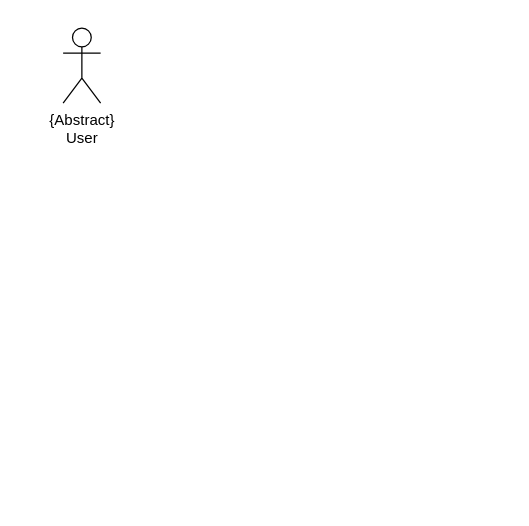
OlayiwolaAnimashaun/sports-web-app keeps this draw.io diagram as UML Diagrams/Timetable/Progress Visualisation System.drawio. Above is the earlier version. Source tidied: cells renumbered, new cells numbered last; positions are measured from the earlier drawing's top-left corner, leaving out a move shared by most shapes. Both pictures are drawn from the tidied source at 125%, with x=0, y=0 at pixel (62, 28).
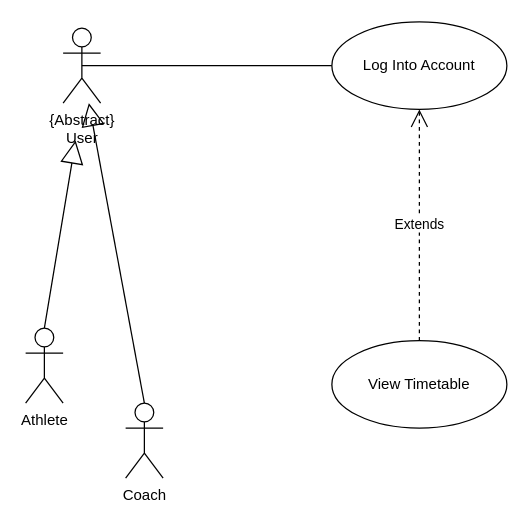
The same page after the edit.

Diff of the diagram source:
```diff
@@
 <mxGraphModel>
   <root>
     <mxCell id="0" />
     <mxCell id="1" parent="0" />
     <mxCell id="2" value="{Abstract}&lt;br&gt;User" style="shape=umlActor;verticalLabelPosition=bottom;labelBackgroundColor=#ffffff;verticalAlign=top;html=1;outlineConnect=0;" parent="1" vertex="1">
       <mxGeometry width="30" height="60" as="geometry" />
     </mxCell>
+    <mxCell id="3" value="Athlete" style="shape=umlActor;verticalLabelPosition=bottom;labelBackgroundColor=#ffffff;verticalAlign=top;html=1;outlineConnect=0;" parent="1" vertex="1">
+      <mxGeometry x="-30" y="240" width="30" height="60" as="geometry" />
+    </mxCell>
+    <mxCell id="4" value="Coach" style="shape=umlActor;verticalLabelPosition=bottom;labelBackgroundColor=#ffffff;verticalAlign=top;html=1;outlineConnect=0;" parent="1" vertex="1">
+      <mxGeometry x="50" y="300" width="30" height="60" as="geometry" />
+    </mxCell>
+    <mxCell id="5" style="endArrow=block;endSize=16;endFill=0;html=1;exitX=0.5;exitY=0;exitDx=0;exitDy=0;exitPerimeter=0;" parent="1" edge="1" source="3">
+      <mxGeometry relative="1" as="geometry">
+        <mxPoint x="10" y="90" as="targetPoint" />
+      </mxGeometry>
+    </mxCell>
+    <mxCell id="6" style="endArrow=block;endSize=16;endFill=0;html=1;exitX=0.5;exitY=0;exitDx=0;exitDy=0;exitPerimeter=0;" parent="1" edge="1" source="4" target="2">
+      <mxGeometry relative="1" as="geometry" />
+    </mxCell>
+    <mxCell id="7" value="Log Into Account" style="ellipse;whiteSpace=wrap;html=1;" parent="1" vertex="1">
+      <mxGeometry x="215" y="-5" width="140" height="70" as="geometry" />
+    </mxCell>
+    <mxCell id="8" style="endArrow=none;html=1;entryX=0;entryY=0.5;entryDx=0;entryDy=0;exitX=0.5;exitY=0.5;exitDx=0;exitDy=0;exitPerimeter=0;" parent="1" edge="1" source="2" target="7">
+      <mxGeometry relative="1" as="geometry" />
+    </mxCell>
+    <mxCell id="9" value="View Timetable" style="ellipse;whiteSpace=wrap;html=1;" parent="1" vertex="1">
+      <mxGeometry x="215" y="250" width="140" height="70" as="geometry" />
+    </mxCell>
+    <mxCell id="10" value="Extends" style="endArrow=open;endSize=12;dashed=1;html=1;exitX=0.5;exitY=0;exitDx=0;exitDy=0;entryX=0.5;entryY=1;entryDx=0;entryDy=0;" parent="1" edge="1" source="9" target="7">
+      <mxGeometry relative="1" as="geometry" />
+    </mxCell>
   </root>
 </mxGraphModel>
```
